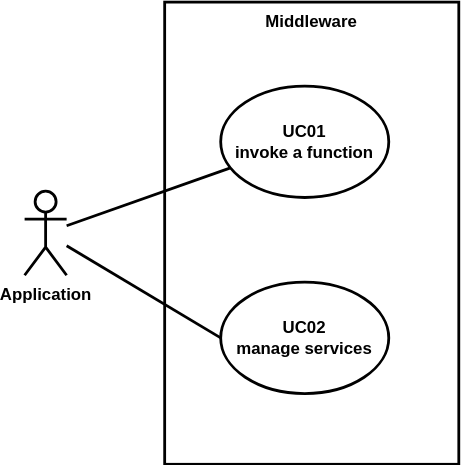
Earlier version of the draw.io export docs/middleware/diagrams/UseCases.drawio.svg (HaniAlshikh/tron). Source tidied: cells renumbered, new cells last; positions are measured from the earlier drawing's top-left corner, leaving out a move shared by most shapes.
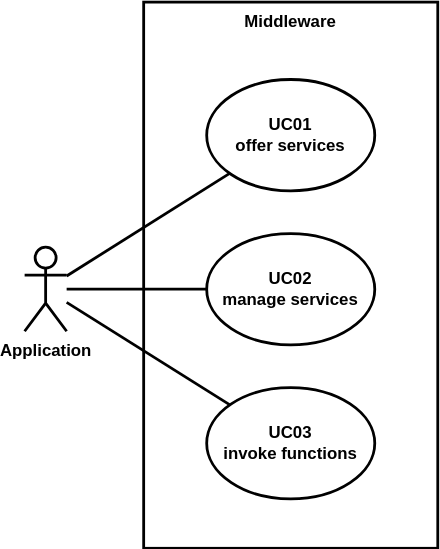
After the change.

What changed in the source:
```diff
@@ -3,7 +3,7 @@
     <mxCell id="0" />
     <mxCell id="1" parent="0" />
     <mxCell id="2" value="&lt;b&gt;Middleware&lt;/b&gt;" style="rounded=0;whiteSpace=wrap;html=1;strokeWidth=2;verticalAlign=top;" parent="1" vertex="1">
-      <mxGeometry x="100" width="210" height="330" as="geometry" />
+      <mxGeometry x="85" y="-40" width="210" height="390" as="geometry" />
     </mxCell>
     <mxCell id="3" style="edgeStyle=none;rounded=0;jettySize=auto;html=1;fontFamily=Helvetica;fontSize=12;endArrow=none;endFill=0;strokeWidth=2;" parent="1" edge="1" source="6" target="7">
       <mxGeometry relative="1" as="geometry" />
@@ -12,13 +12,19 @@
       <mxGeometry relative="1" as="geometry" />
     </mxCell>
     <mxCell id="5" value="&lt;b&gt;UC02&lt;/b&gt;&lt;br&gt;&lt;b&gt;manage services&lt;/b&gt;" style="ellipse;whiteSpace=wrap;html=1;strokeWidth=2;" parent="1" vertex="1">
-      <mxGeometry x="140" y="200" width="120" height="79.5" as="geometry" />
+      <mxGeometry x="130" y="125.2" width="120" height="79.5" as="geometry" />
     </mxCell>
+    <mxCell id="8" style="edgeStyle=none;shape=connector;rounded=0;html=1;labelBackgroundColor=default;fontFamily=Helvetica;fontSize=12;fontColor=default;endArrow=none;endFill=0;strokeColor=default;strokeWidth=2;" parent="1" edge="1" source="6" target="9">
+      <mxGeometry relative="1" as="geometry" />
+    </mxCell>
     <mxCell id="6" value="&lt;b&gt;Application&lt;/b&gt;" style="shape=umlActor;verticalLabelPosition=bottom;verticalAlign=top;html=1;outlineConnect=0;strokeWidth=2;" parent="1" vertex="1">
       <mxGeometry y="135" width="30" height="60" as="geometry" />
     </mxCell>
-    <mxCell id="7" value="&lt;b&gt;UC01&lt;br&gt;&lt;/b&gt;&lt;b&gt;invoke a function&lt;/b&gt;" style="ellipse;whiteSpace=wrap;html=1;strokeWidth=2;" parent="1" vertex="1">
-      <mxGeometry x="140" y="60" width="120" height="79.5" as="geometry" />
+    <mxCell id="7" value="&lt;b&gt;UC03&lt;br&gt;&lt;/b&gt;&lt;b&gt;invoke functions&lt;/b&gt;" style="ellipse;whiteSpace=wrap;html=1;strokeWidth=2;" parent="1" vertex="1">
+      <mxGeometry x="130" y="235.2" width="120" height="79.5" as="geometry" />
     </mxCell>
+    <mxCell id="9" value="&lt;b&gt;UC01&lt;/b&gt;&lt;br&gt;&lt;b&gt;offer services&lt;/b&gt;" style="ellipse;whiteSpace=wrap;html=1;strokeWidth=2;" parent="1" vertex="1">
+      <mxGeometry x="130" y="15.2" width="120" height="79.5" as="geometry" />
+    </mxCell>
   </root>
 </mxGraphModel>
```
